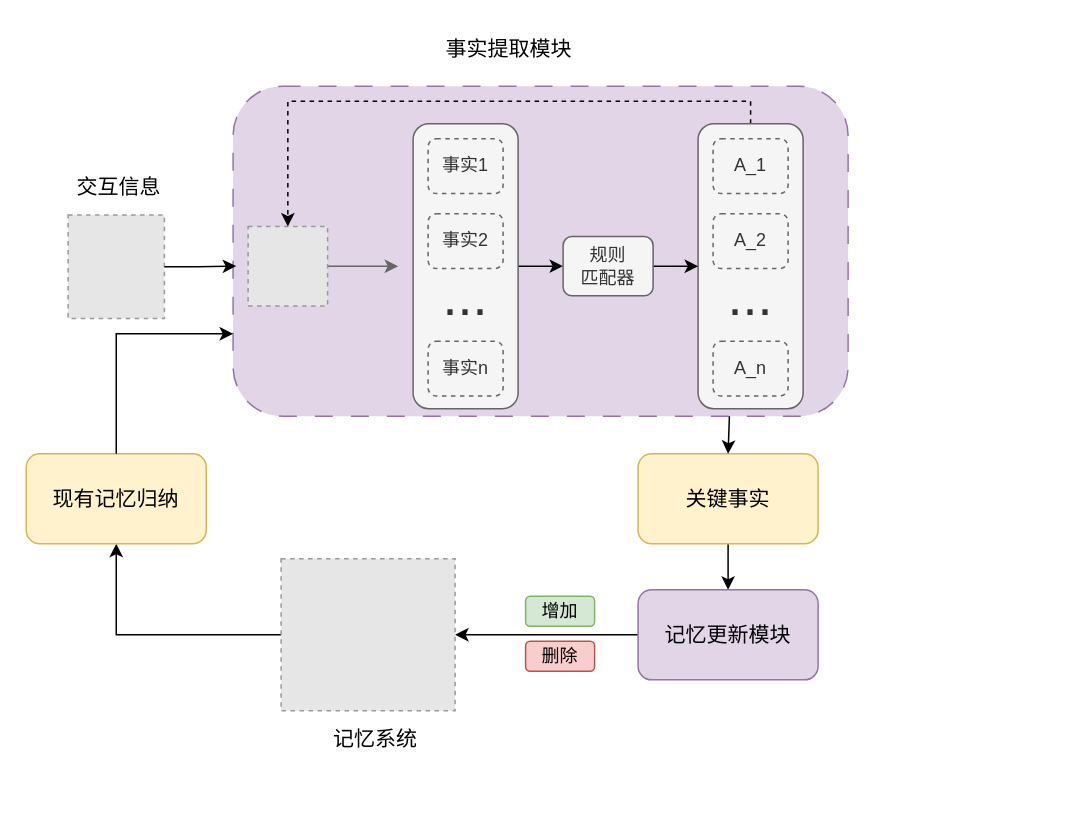
Before: 研究内容2.drawio in niuyiqun/llm_agent, a draw.io diagram. Source tidied: cells renumbered, new cells numbered last; positions are measured from the earlier drawing's top-left corner, leaving out a move shared by most shapes. Both pictures are drawn from the tidied source at 150%, with x=0, y=0 at pixel (26, 26). Pictures stored in the file or linked from it are replaced by grey dashed boxes.
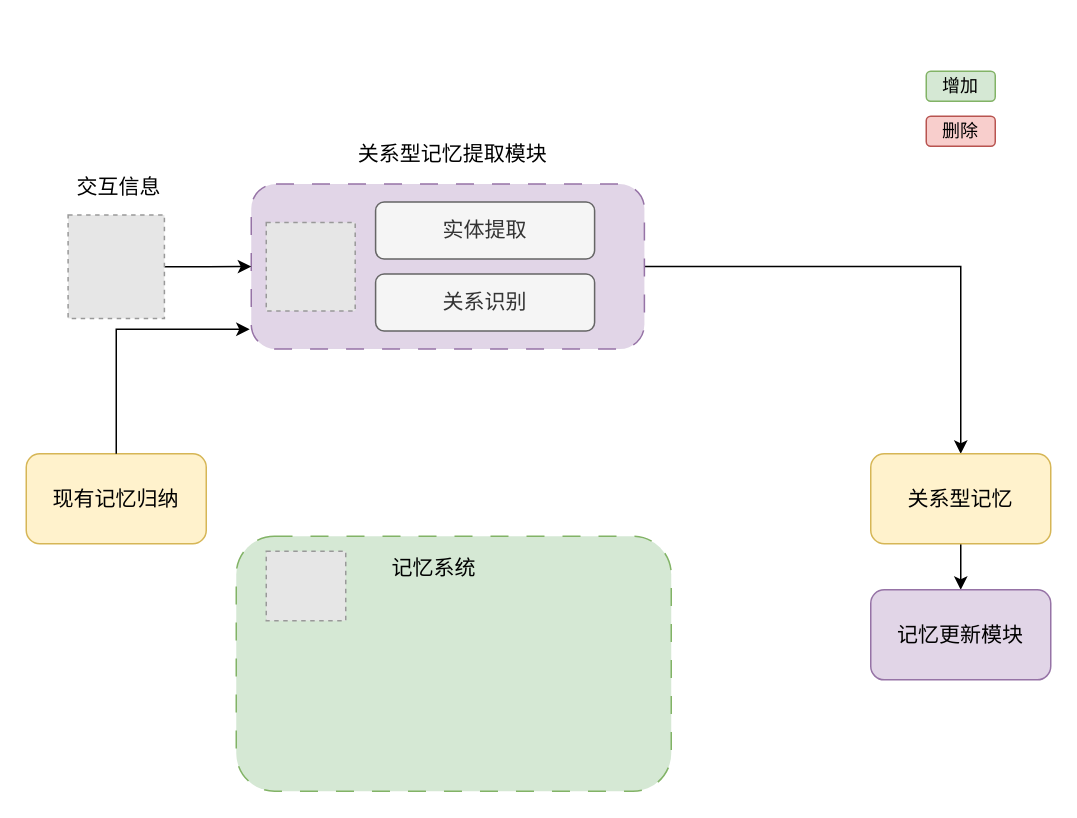
Above is the later version.

Commit message (it also covers changes not shown here):
更新研究内容2.drawio

Unchanged cells that the change refers to:
```xml
<mxCell id="11" style="fillColor=#E6E6E6;strokeColor=#999999;dashed=1;verticalLabelPosition=bottom;verticalAlign=top;" parent="1" vertex="1">
  <mxGeometry x="27.9" y="125.8" width="64.2" height="69" as="geometry" />
</mxCell>
<mxCell id="26" value="&lt;font style=&quot;font-size: 14px;&quot;&gt;现有记忆归纳&lt;/font&gt;" style="rounded=1;whiteSpace=wrap;html=1;fillColor=#fff2cc;strokeColor=#d6b656;" parent="1" vertex="1">
  <mxGeometry y="285" width="120" height="60" as="geometry" />
</mxCell>
```

The edit, as a diff of the source:
```diff
@@
+    <mxCell id="35" style="rounded=1;whiteSpace=wrap;html=1;dashed=1;dashPattern=12 12;fillColor=#d5e8d4;strokeColor=#82b366;" parent="1" vertex="1">
+      <mxGeometry x="140" y="340" width="290" height="170" as="geometry" />
+    </mxCell>
+    <mxCell id="30" style="edgeStyle=orthogonalEdgeStyle;rounded=0;jettySize=auto;html=1;exitX=1;exitY=0.5;exitDx=0;exitDy=0;" parent="1" edge="1" source="2" target="29">
+      <mxGeometry relative="1" as="geometry" />
+    </mxCell>
     <mxCell id="2" style="rounded=1;whiteSpace=wrap;html=1;dashed=1;dashPattern=12 12;fillColor=#e1d5e7;strokeColor=#9673a6;" parent="1" vertex="1">
-      <mxGeometry x="137.9" y="40" width="410" height="220" as="geometry" />
+      <mxGeometry x="150" y="105.2" width="262.1" height="110" as="geometry" />
     </mxCell>
-    <mxCell id="3" style="edgeStyle=orthogonalEdgeStyle;rounded=0;jettySize=auto;html=1;exitX=1;exitY=0.5;exitDx=0;exitDy=0;fillColor=#f5f5f5;strokeColor=#666666;" parent="1" edge="1" source="4">
-      <mxGeometry relative="1" as="geometry">
-        <mxPoint x="247.9" y="160" as="targetPoint" />
-      </mxGeometry>
-    </mxCell>
-    <mxCell id="4" style="fillColor=#E6E6E6;strokeColor=#999999;dashed=1;verticalLabelPosition=bottom;verticalAlign=top;" parent="1" vertex="1">
-      <mxGeometry x="147.9" y="133.5" width="53" height="53" as="geometry" />
-    </mxCell>
-    <mxCell id="5" style="edgeStyle=orthogonalEdgeStyle;rounded=0;jettySize=auto;html=1;exitX=1;exitY=0.5;exitDx=0;exitDy=0;entryX=0;entryY=0.5;entryDx=0;entryDy=0;" parent="1" edge="1" source="6" target="20">
-      <mxGeometry relative="1" as="geometry" />
-    </mxCell>
-    <mxCell id="6" style="rounded=1;whiteSpace=wrap;html=1;fillColor=#f5f5f5;fontColor=#333333;strokeColor=#666666;" parent="1" vertex="1">
-      <mxGeometry x="257.9" y="65" width="70" height="190" as="geometry" />
-    </mxCell>
-    <mxCell id="7" value="事实1" style="rounded=1;whiteSpace=wrap;html=1;dashed=1;fillColor=#f5f5f5;fontColor=#333333;strokeColor=#666666;" parent="1" vertex="1">
-      <mxGeometry x="267.9" y="75" width="50" height="36.5" as="geometry" />
-    </mxCell>
-    <mxCell id="8" value="事实2" style="rounded=1;whiteSpace=wrap;html=1;dashed=1;fillColor=#f5f5f5;fontColor=#333333;strokeColor=#666666;" parent="1" vertex="1">
-      <mxGeometry x="267.9" y="125" width="50" height="36.5" as="geometry" />
-    </mxCell>
-    <mxCell id="9" value="&lt;font style=&quot;font-size: 36px;&quot;&gt;...&lt;/font&gt;" style="text;strokeColor=none;align=center;fillColor=none;html=1;verticalAlign=middle;whiteSpace=wrap;rounded=0;fontColor=#333333;dashed=1;dashPattern=1 4;" parent="1" vertex="1">
-      <mxGeometry x="262.9" y="165" width="60" height="30" as="geometry" />
-    </mxCell>
-    <mxCell id="10" value="事实n" style="rounded=1;whiteSpace=wrap;html=1;dashed=1;fillColor=#f5f5f5;fontColor=#333333;strokeColor=#666666;" parent="1" vertex="1">
-      <mxGeometry x="267.9" y="210" width="50" height="36.5" as="geometry" />
-    </mxCell>
+    <mxCell id="21" style="edgeStyle=orthogonalEdgeStyle;rounded=0;jettySize=auto;html=1;exitX=1;exitY=0.5;exitDx=0;exitDy=0;entryX=0;entryY=0.5;entryDx=0;entryDy=0;" parent="1" edge="1" source="11" target="2">
+      <mxGeometry relative="1" as="geometry" />
+    </mxCell>
@@
-    <mxCell id="13" style="edgeStyle=orthogonalEdgeStyle;rounded=0;jettySize=auto;html=1;exitX=0.5;exitY=0;exitDx=0;exitDy=0;entryX=0.5;entryY=0;entryDx=0;entryDy=0;dashed=1;" parent="1" edge="1" source="14" target="4">
-      <mxGeometry relative="1" as="geometry">
-        <Array as="points">
-          <mxPoint x="482.9" y="50" />
-          <mxPoint x="174.9" y="50" />
-        </Array>
-      </mxGeometry>
-    </mxCell>
-    <mxCell id="14" style="rounded=1;whiteSpace=wrap;html=1;fillColor=#f5f5f5;fontColor=#333333;strokeColor=#666666;" parent="1" vertex="1">
-      <mxGeometry x="447.9" y="65" width="70" height="190" as="geometry" />
-    </mxCell>
-    <mxCell id="15" value="A_1" style="rounded=1;whiteSpace=wrap;html=1;dashed=1;fillColor=#f5f5f5;fontColor=#333333;strokeColor=#666666;" parent="1" vertex="1">
-      <mxGeometry x="457.9" y="75" width="50" height="36.5" as="geometry" />
-    </mxCell>
-    <mxCell id="16" value="A_2" style="rounded=1;whiteSpace=wrap;html=1;dashed=1;fillColor=#f5f5f5;fontColor=#333333;strokeColor=#666666;" parent="1" vertex="1">
-      <mxGeometry x="457.9" y="125" width="50" height="36.5" as="geometry" />
-    </mxCell>
-    <mxCell id="17" value="&lt;font style=&quot;font-size: 36px;&quot;&gt;...&lt;/font&gt;" style="text;strokeColor=none;align=center;fillColor=#f5f5f5;html=1;verticalAlign=middle;whiteSpace=wrap;rounded=0;fontColor=#333333;" parent="1" vertex="1">
-      <mxGeometry x="452.9" y="165" width="60" height="30" as="geometry" />
-    </mxCell>
-    <mxCell id="18" value="A_n" style="rounded=1;whiteSpace=wrap;html=1;dashed=1;fillColor=#f5f5f5;fontColor=#333333;strokeColor=#666666;" parent="1" vertex="1">
-      <mxGeometry x="457.9" y="210" width="50" height="36.5" as="geometry" />
-    </mxCell>
-    <mxCell id="19" style="edgeStyle=orthogonalEdgeStyle;rounded=0;jettySize=auto;html=1;exitX=1;exitY=0.5;exitDx=0;exitDy=0;entryX=0;entryY=0.5;entryDx=0;entryDy=0;" parent="1" edge="1" source="20" target="14">
-      <mxGeometry relative="1" as="geometry" />
-    </mxCell>
-    <mxCell id="20" value="规则&lt;div&gt;匹配器&lt;/div&gt;" style="rounded=1;whiteSpace=wrap;html=1;fillColor=#f5f5f5;fontColor=#333333;strokeColor=#666666;" parent="1" vertex="1">
-      <mxGeometry x="357.9" y="140.2" width="60" height="39.5" as="geometry" />
-    </mxCell>
-    <mxCell id="21" style="edgeStyle=orthogonalEdgeStyle;rounded=0;jettySize=auto;html=1;exitX=1;exitY=0.5;exitDx=0;exitDy=0;entryX=0.005;entryY=0.545;entryDx=0;entryDy=0;entryPerimeter=0;" parent="1" edge="1" source="11" target="2">
-      <mxGeometry relative="1" as="geometry" />
-    </mxCell>
-    <mxCell id="22" value="&lt;span style=&quot;font-size: 14px;&quot;&gt;事实提取模块&lt;/span&gt;" style="text;strokeColor=none;align=center;fillColor=none;html=1;verticalAlign=middle;whiteSpace=wrap;rounded=0;" parent="1" vertex="1">
-      <mxGeometry x="268.9" width="106" height="30" as="geometry" />
+    <mxCell id="22" value="&lt;span style=&quot;font-size: 14px;&quot;&gt;关系型记忆提取模块&lt;/span&gt;" style="text;strokeColor=none;align=center;fillColor=none;html=1;verticalAlign=middle;whiteSpace=wrap;rounded=0;" parent="1" vertex="1">
+      <mxGeometry x="213" y="70" width="143.1" height="30" as="geometry" />
     </mxCell>
-    <mxCell id="23" style="edgeStyle=orthogonalEdgeStyle;rounded=0;jettySize=auto;html=1;exitX=0;exitY=0.5;exitDx=0;exitDy=0;entryX=0.5;entryY=1;entryDx=0;entryDy=0;" parent="1" edge="1" source="24" target="26">
-      <mxGeometry relative="1" as="geometry" />
-    </mxCell>
     <mxCell id="24" style="fillColor=#E6E6E6;strokeColor=#999999;dashed=1;verticalLabelPosition=bottom;verticalAlign=top;" parent="1" vertex="1">
-      <mxGeometry x="169.9" y="355" width="116" height="101.3" as="geometry" />
+      <mxGeometry x="160" y="350" width="53" height="46.3" as="geometry" />
     </mxCell>
     <mxCell id="25" value="&lt;span style=&quot;font-size: 14px;&quot;&gt;记忆系统&lt;/span&gt;" style="text;strokeColor=none;align=center;fillColor=none;html=1;verticalAlign=middle;whiteSpace=wrap;rounded=0;" parent="1" vertex="1">
-      <mxGeometry x="179.9" y="460" width="106" height="30" as="geometry" />
+      <mxGeometry x="219.3" y="345.7" width="106" height="30" as="geometry" />
     </mxCell>
@@
-    <mxCell id="27" style="edgeStyle=orthogonalEdgeStyle;rounded=0;jettySize=auto;html=1;exitX=0.5;exitY=0;exitDx=0;exitDy=0;entryX=0;entryY=0.75;entryDx=0;entryDy=0;" parent="1" edge="1" source="26" target="2">
-      <mxGeometry relative="1" as="geometry" />
-    </mxCell>
@@
-    <mxCell id="29" value="&lt;span style=&quot;font-size: 14px;&quot;&gt;关键事实&lt;/span&gt;" style="rounded=1;whiteSpace=wrap;html=1;fillColor=#fff2cc;strokeColor=#d6b656;" parent="1" vertex="1">
-      <mxGeometry x="407.9" y="285" width="120" height="60" as="geometry" />
+    <mxCell id="29" value="&lt;span style=&quot;font-size: 14px;&quot;&gt;关系型记忆&lt;/span&gt;" style="rounded=1;whiteSpace=wrap;html=1;fillColor=#fff2cc;strokeColor=#d6b656;" parent="1" vertex="1">
+      <mxGeometry x="563" y="285" width="120" height="60" as="geometry" />
     </mxCell>
-    <mxCell id="30" style="endArrow=classic;html=1;rounded=0;exitX=0.807;exitY=1;exitDx=0;exitDy=0;exitPerimeter=0;entryX=0.5;entryY=0;entryDx=0;entryDy=0;" parent="1" edge="1" source="2" target="29">
-      <mxGeometry relative="1" as="geometry" />
-    </mxCell>
     <mxCell id="31" value="增加" style="rounded=1;whiteSpace=wrap;html=1;fillColor=#d5e8d4;strokeColor=#82b366;" parent="1" vertex="1">
-      <mxGeometry x="332.9" y="380" width="46" height="20" as="geometry" />
+      <mxGeometry x="600" y="30" width="46" height="20" as="geometry" />
     </mxCell>
     <mxCell id="32" value="删除" style="rounded=1;whiteSpace=wrap;html=1;fillColor=#f8cecc;strokeColor=#b85450;" parent="1" vertex="1">
-      <mxGeometry x="332.9" y="410" width="46" height="20" as="geometry" />
+      <mxGeometry x="600" y="60" width="46" height="20" as="geometry" />
     </mxCell>
-    <mxCell id="33" style="edgeStyle=orthogonalEdgeStyle;rounded=0;jettySize=auto;html=1;exitX=0;exitY=0.5;exitDx=0;exitDy=0;entryX=1;entryY=0.5;entryDx=0;entryDy=0;" parent="1" edge="1" source="34" target="24">
-      <mxGeometry relative="1" as="geometry" />
-    </mxCell>
     <mxCell id="34" value="&lt;span style=&quot;font-size: 14px;&quot;&gt;记忆更新模块&lt;/span&gt;" style="rounded=1;whiteSpace=wrap;html=1;fillColor=#e1d5e7;strokeColor=#9673a6;" parent="1" vertex="1">
-      <mxGeometry x="407.9" y="375.7" width="120" height="60" as="geometry" />
+      <mxGeometry x="563" y="375.7" width="120" height="60" as="geometry" />
     </mxCell>
+    <mxCell id="36" value="&lt;font style=&quot;font-size: 14px;&quot;&gt;实体提取&lt;/font&gt;" style="rounded=1;whiteSpace=wrap;html=1;fillColor=#f5f5f5;fontColor=#333333;strokeColor=#666666;" parent="1" vertex="1">
+      <mxGeometry x="232.9" y="117.2" width="146" height="38" as="geometry" />
+    </mxCell>
+    <mxCell id="37" value="&lt;font style=&quot;font-size: 14px;&quot;&gt;关系识别&lt;/font&gt;" style="rounded=1;whiteSpace=wrap;html=1;fillColor=#f5f5f5;fontColor=#333333;strokeColor=#666666;" parent="1" vertex="1">
+      <mxGeometry x="232.9" y="165.2" width="146" height="38" as="geometry" />
+    </mxCell>
+    <mxCell id="27" style="edgeStyle=orthogonalEdgeStyle;rounded=0;jettySize=auto;html=1;exitX=0.5;exitY=0;exitDx=0;exitDy=0;entryX=-0.004;entryY=0.88;entryDx=0;entryDy=0;entryPerimeter=0;" parent="1" edge="1" source="26" target="2">
+      <mxGeometry relative="1" as="geometry" />
+    </mxCell>
+    <mxCell id="38" style="fillColor=#E6E6E6;strokeColor=#999999;dashed=1;verticalLabelPosition=bottom;verticalAlign=top;" parent="1" vertex="1">
+      <mxGeometry x="160" y="130.8" width="59.3" height="59" as="geometry" />
+    </mxCell>
```
